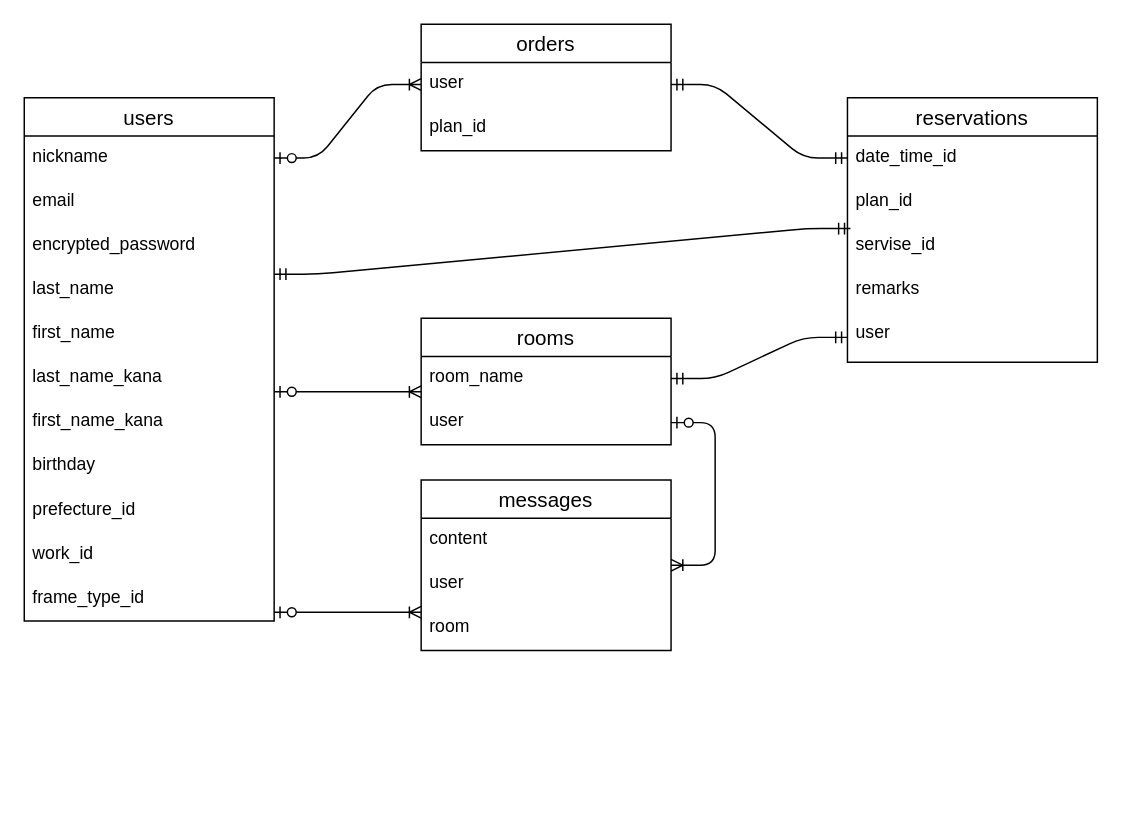
rikako-yurino/Connect-Stylist keeps this draw.io diagram as er.dio. Above is the earlier version. Source tidied: cells renumbered, new cells numbered last; positions are measured from the earlier drawing's top-left corner, leaving out a move shared by most shapes. Both pictures are drawn from the tidied source at 147%, with x=0, y=0 at pixel (24, 24).
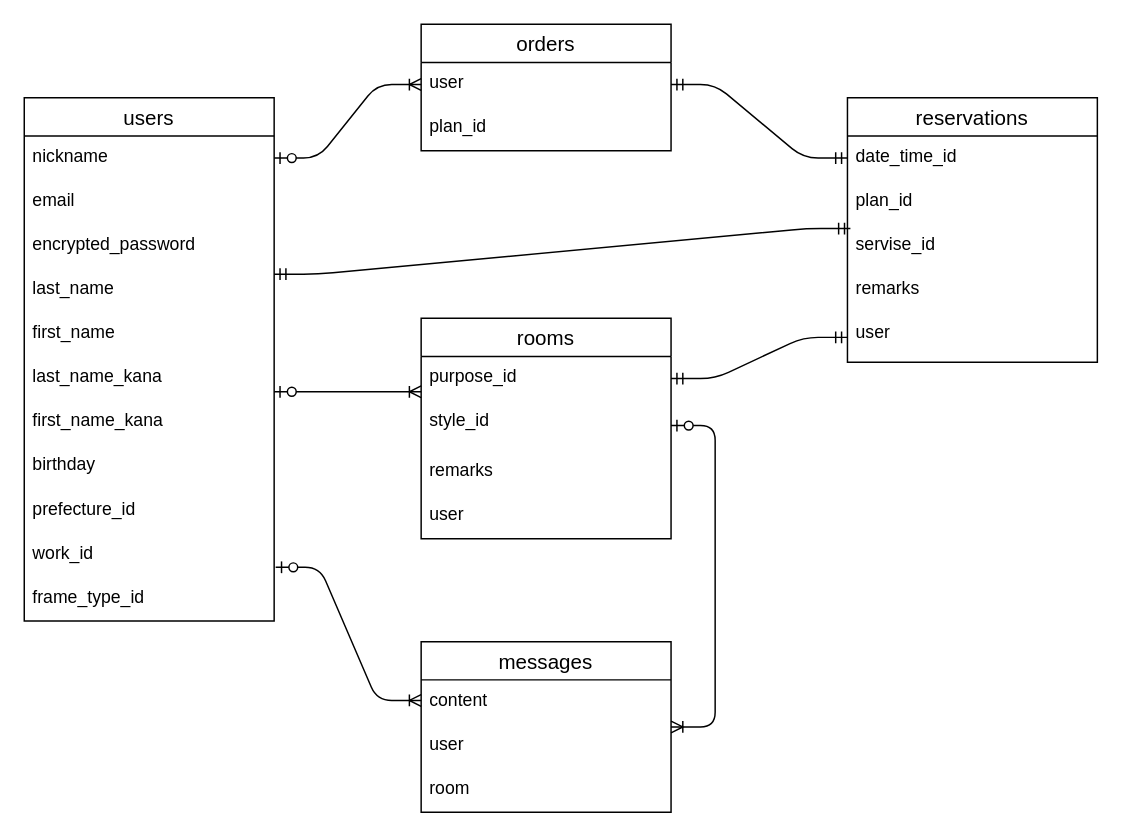
After the change.

The change refers to these unchanged cells:
```xml
<mxCell id="12" value="work_id" style="text;strokeColor=none;fillColor=none;spacingLeft=4;spacingRight=4;overflow=hidden;points=[[0,0.5],[1,0.5]];portConstraint=eastwest;fontSize=12;" parent="2" vertex="1">
  <mxGeometry y="296" width="170" height="30" as="geometry" />
</mxCell>
```

The edit, as a diff of the source:
```diff
@@
     <mxCell id="20" value="rooms" style="swimlane;fontStyle=0;horizontal=1;startSize=26;align=center;fontSize=14;" parent="1" vertex="1">
-      <mxGeometry x="270" y="200" width="170" height="86" as="geometry" />
+      <mxGeometry x="270" y="200" width="170" height="150" as="geometry" />
     </mxCell>
-    <mxCell id="21" value="room_name" style="text;strokeColor=none;fillColor=none;spacingLeft=4;spacingRight=4;overflow=hidden;points=[[0,0.5],[1,0.5]];portConstraint=eastwest;fontSize=12;" parent="20" vertex="1">
+    <mxCell id="21" value="purpose_id" style="text;strokeColor=none;fillColor=none;spacingLeft=4;spacingRight=4;overflow=hidden;points=[[0,0.5],[1,0.5]];portConstraint=eastwest;fontSize=12;" parent="20" vertex="1">
       <mxGeometry y="26" width="170" height="30" as="geometry" />
     </mxCell>
-    <mxCell id="22" value="user" style="text;strokeColor=none;fillColor=none;spacingLeft=4;spacingRight=4;overflow=hidden;points=[[0,0.5],[1,0.5]];portConstraint=eastwest;fontSize=12;" parent="20" vertex="1">
-      <mxGeometry y="56" width="170" height="30" as="geometry" />
+    <mxCell id="22" value="style_id" style="text;strokeColor=none;fillColor=none;spacingLeft=4;spacingRight=4;overflow=hidden;points=[[0,0.5],[1,0.5]];portConstraint=eastwest;fontSize=12;" parent="20" vertex="1">
+      <mxGeometry y="56" width="170" height="34" as="geometry" />
     </mxCell>
+    <mxCell id="37" value="remarks" style="text;strokeColor=none;fillColor=none;spacingLeft=4;spacingRight=4;overflow=hidden;fontSize=12;" parent="20" vertex="1">
+      <mxGeometry y="90" width="170" height="30" as="geometry" />
+    </mxCell>
+    <mxCell id="38" value="user" style="text;strokeColor=none;fillColor=none;spacingLeft=4;spacingRight=4;overflow=hidden;fontSize=12;" parent="20" vertex="1">
+      <mxGeometry y="120" width="170" height="30" as="geometry" />
+    </mxCell>
     <mxCell id="23" value="messages" style="swimlane;fontStyle=0;horizontal=1;startSize=26;align=center;fontSize=14;" parent="1" vertex="1">
-      <mxGeometry x="270" y="310" width="170" height="116" as="geometry" />
+      <mxGeometry x="270" y="420" width="170" height="116" as="geometry" />
     </mxCell>
+    <mxCell id="31" style="edgeStyle=entityRelationEdgeStyle;fontSize=12;html=1;endArrow=ERoneToMany;startArrow=ERzeroToOne;entryX=0;entryY=0.5;entryDx=0;entryDy=0;exitX=1.006;exitY=0.78;exitDx=0;exitDy=0;exitPerimeter=0;" parent="23" edge="1" source="12">
+      <mxGeometry relative="1" as="geometry">
+        <mxPoint y="40" as="targetPoint" />
+      </mxGeometry>
+    </mxCell>
@@
-    <mxCell id="31" style="edgeStyle=entityRelationEdgeStyle;fontSize=12;html=1;endArrow=ERoneToMany;startArrow=ERzeroToOne;entryX=0;entryY=0.5;entryDx=0;entryDy=0;" parent="1" edge="1">
-      <mxGeometry relative="1" as="geometry">
-        <mxPoint x="170" y="400" as="sourcePoint" />
-        <mxPoint x="270" y="400" as="targetPoint" />
-      </mxGeometry>
-    </mxCell>
```
